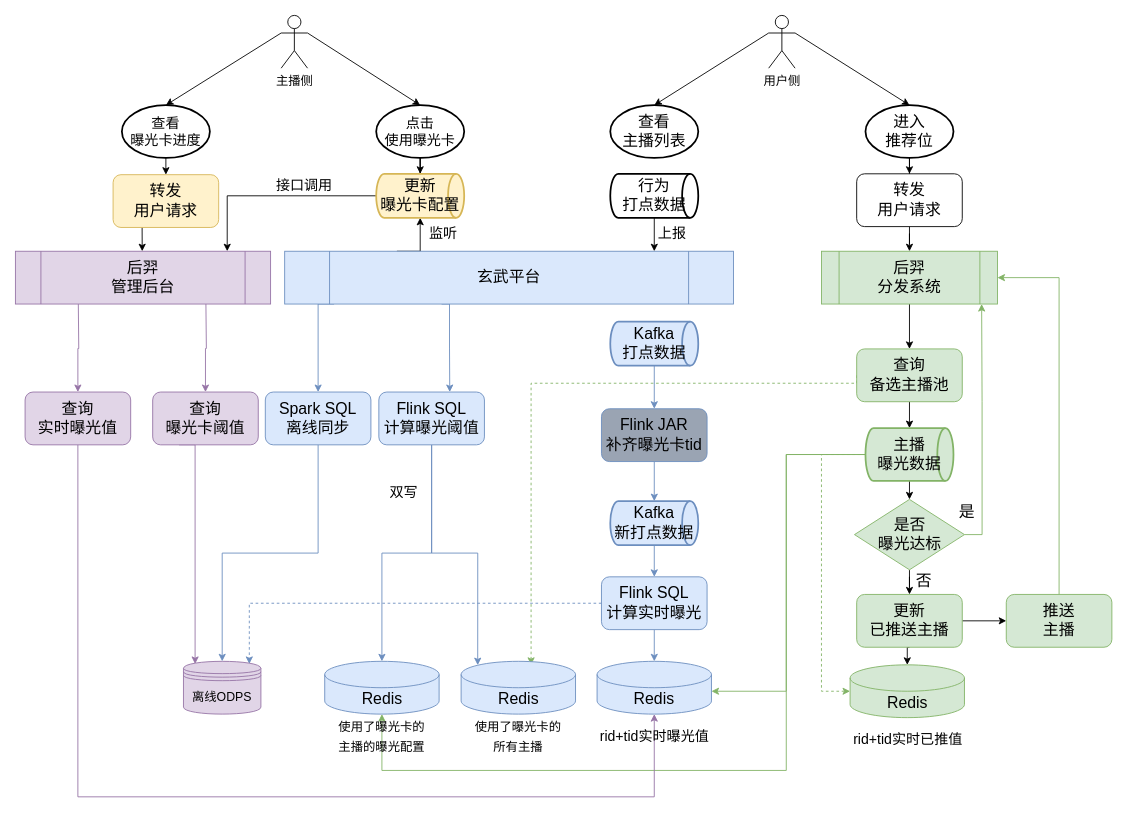
Earlier version of the draw.io diagram 后羿接曝光卡.drawio (hongweilv-whu/flowCharts). Source tidied: cells renumbered, new cells numbered last; positions are measured from the earlier drawing's top-left corner, leaving out a move shared by most shapes. Both pictures are drawn from the tidied source at 88%, with x=0, y=0 at pixel (15, 15).
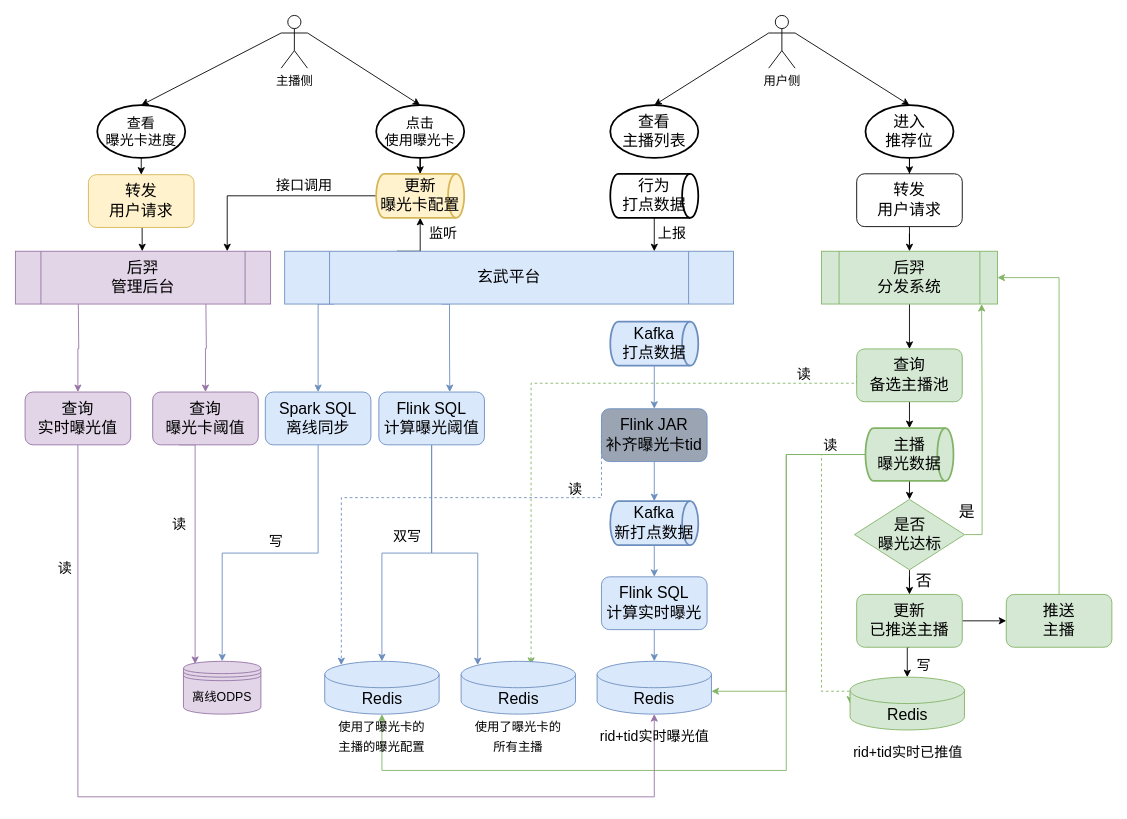
The same diagram, later.

Commit message:
Update 后羿接曝光卡.drawio

Unchanged cells that the change refers to:
```xml
<mxCell id="19" value="Redis" style="shape=cylinder3;whiteSpace=wrap;html=1;boundedLbl=1;backgroundOutline=1;size=15;fontSize=18;fillColor=#dae8fc;strokeColor=#6c8ebf;" parent="18" vertex="1">
  <mxGeometry x="2.5" width="130" height="60" as="geometry" />
</mxCell>
<mxCell id="33" value="&lt;span style=&quot;font-size: 18px;&quot;&gt;Flink JAR&lt;br&gt;补齐曝光卡tid&lt;br&gt;&lt;/span&gt;" style="rounded=1;whiteSpace=wrap;html=1;fontSize=14;fillColor=#9AA4B3;strokeColor=#6c8ebf;" parent="1" vertex="1">
  <mxGeometry x="666" y="447" width="120" height="60" as="geometry" />
</mxCell>
<mxCell id="36" value="&lt;span style=&quot;font-size: 18px;&quot;&gt;Flink SQL&lt;br&gt;计算实时曝光&lt;br&gt;&lt;/span&gt;" style="rounded=1;whiteSpace=wrap;html=1;fontSize=14;fillColor=#dae8fc;strokeColor=#6c8ebf;" parent="1" vertex="1">
  <mxGeometry x="666" y="638" width="120" height="60" as="geometry" />
</mxCell>
<mxCell id="37" value="&lt;font style=&quot;font-size: 14px;&quot;&gt;离线ODPS&lt;/font&gt;" style="shape=datastore;whiteSpace=wrap;html=1;fontSize=18;fillColor=#e1d5e7;strokeColor=#9673a6;" parent="1" vertex="1">
  <mxGeometry x="191" y="734" width="88" height="60" as="geometry" />
</mxCell>
```

The edit, as a diff of the source:
```diff
@@
+    <mxCell id="85" style="edgeStyle=orthogonalEdgeStyle;rounded=0;jettySize=auto;html=1;exitX=0;exitY=0.5;exitDx=0;exitDy=0;entryX=0.145;entryY=0;entryDx=0;entryDy=4.35;entryPerimeter=0;dashed=1;fontSize=16;fillColor=#dae8fc;strokeColor=#6c8ebf;" parent="1" edge="1" source="33" target="19">
+      <mxGeometry relative="1" as="geometry">
+        <Array as="points">
+          <mxPoint x="666" y="548" />
+          <mxPoint x="370" y="548" />
+        </Array>
+      </mxGeometry>
+    </mxCell>
@@
-    <mxCell id="35" style="edgeStyle=orthogonalEdgeStyle;rounded=0;jettySize=auto;html=1;exitX=0;exitY=0.5;exitDx=0;exitDy=0;fontSize=16;entryX=0.85;entryY=0.05;entryDx=0;entryDy=0;entryPerimeter=0;fillColor=#dae8fc;strokeColor=#6c8ebf;dashed=1;" parent="1" edge="1" source="36" target="37">
-      <mxGeometry relative="1" as="geometry" />
-    </mxCell>
@@
     <mxCell id="47" value="&lt;font style=&quot;font-size: 16px;&quot;&gt;查看&lt;br style=&quot;&quot;&gt;曝光卡进度&lt;/font&gt;" style="strokeWidth=2;html=1;shape=mxgraph.flowchart.start_1;whiteSpace=wrap;fontSize=14;" parent="1" vertex="1">
-      <mxGeometry x="121" y="102" width="100" height="60" as="geometry" />
+      <mxGeometry x="93" y="102" width="100" height="60" as="geometry" />
     </mxCell>
@@
     <mxCell id="66" value="双写" style="text;html=1;align=center;verticalAlign=middle;fontSize=16;" parent="1" vertex="1">
-      <mxGeometry x="416" y="532" width="50" height="20" as="geometry" />
+      <mxGeometry x="420" y="582" width="50" height="20" as="geometry" />
     </mxCell>
@@
     <mxCell id="74" style="group;" parent="1" vertex="1">
-      <mxGeometry x="946" y="738" width="135" height="100" as="geometry" />
+      <mxGeometry x="946" y="752" width="135" height="100" as="geometry" />
     </mxCell>
@@
     <mxCell id="82" value="&lt;span style=&quot;font-size: 18px;&quot;&gt;转发&lt;br&gt;用户请求&lt;/span&gt;" style="rounded=1;whiteSpace=wrap;html=1;fontSize=14;fillColor=#fff2cc;strokeColor=#d6b656;" parent="1" vertex="1">
-      <mxGeometry x="111" y="181" width="120" height="60" as="geometry" />
+      <mxGeometry x="83" y="181" width="120" height="60" as="geometry" />
     </mxCell>
@@
+    <mxCell id="86" value="读" style="text;html=1;align=center;verticalAlign=middle;strokeColor=none;fillColor=none;fontSize=16;" parent="1" vertex="1">
+      <mxGeometry x="621" y="528" width="30" height="20" as="geometry" />
+    </mxCell>
+    <mxCell id="87" value="读" style="text;html=1;align=center;verticalAlign=middle;strokeColor=none;fillColor=none;fontSize=16;" parent="1" vertex="1">
+      <mxGeometry x="881" y="398" width="30" height="20" as="geometry" />
+    </mxCell>
+    <mxCell id="88" value="写" style="text;html=1;align=center;verticalAlign=middle;strokeColor=none;fillColor=none;fontSize=16;" parent="1" vertex="1">
+      <mxGeometry x="281" y="588" width="30" height="20" as="geometry" />
+    </mxCell>
+    <mxCell id="89" value="读" style="text;html=1;align=center;verticalAlign=middle;strokeColor=none;fillColor=none;fontSize=16;" parent="1" vertex="1">
+      <mxGeometry x="171" y="568" width="30" height="20" as="geometry" />
+    </mxCell>
+    <mxCell id="90" value="读" style="text;html=1;align=center;verticalAlign=middle;strokeColor=none;fillColor=none;fontSize=16;" parent="1" vertex="1">
+      <mxGeometry x="41" y="618" width="30" height="20" as="geometry" />
+    </mxCell>
+    <mxCell id="91" value="读" style="text;html=1;align=center;verticalAlign=middle;strokeColor=none;fillColor=none;fontSize=16;" parent="1" vertex="1">
+      <mxGeometry x="911" y="478" width="30" height="20" as="geometry" />
+    </mxCell>
+    <mxCell id="92" value="写" style="text;html=1;align=center;verticalAlign=middle;strokeColor=none;fillColor=none;fontSize=16;" parent="1" vertex="1">
+      <mxGeometry x="1017" y="728" width="30" height="20" as="geometry" />
+    </mxCell>
```
